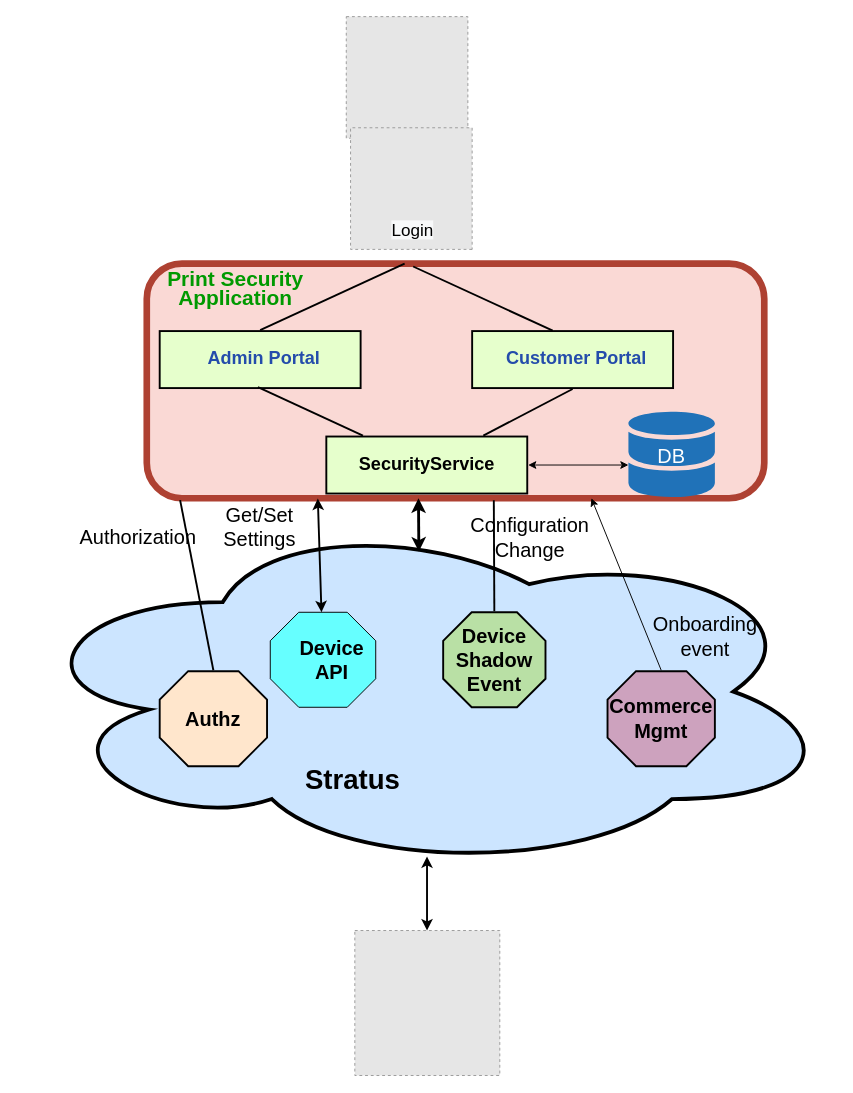
Before: diagrams/Untitled Diagram.drawio in Vignesh40/Vignesh40, a draw.io diagram. Source tidied: cells renumbered, new cells numbered last; positions are measured from the earlier drawing's top-left corner, leaving out a move shared by most shapes. Both pictures are drawn from the tidied source at 95%, with x=0, y=0 at pixel (18, 16). Pictures stored in the file or linked from it are replaced by grey dashed boxes.
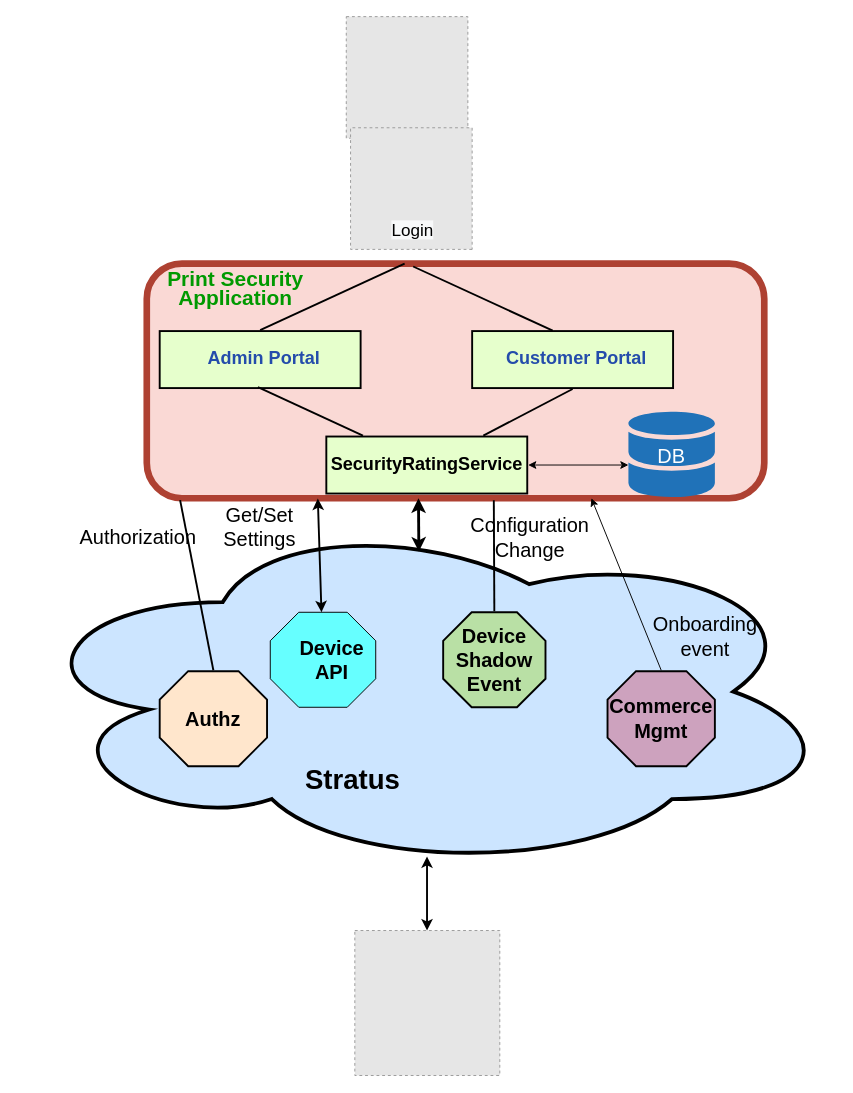
The same page after the edit.

Change to the diagram source:
```diff
@@
-    <mxCell id="12" value="&lt;p style=&quot;line-height: 140%;&quot;&gt;&lt;font style=&quot;font-size: 19px;&quot;&gt;&lt;b style=&quot;&quot;&gt;SecurityService&lt;/b&gt;&lt;/font&gt;&lt;/p&gt;" style="rounded=0;whiteSpace=wrap;html=1;sketch=0;strokeColor=#000000;fontSize=18;fillColor=#E6FFCC;strokeWidth=2;perimeterSpacing=1;" parent="1" vertex="1">
+    <mxCell id="12" value="&lt;p style=&quot;line-height: 140%;&quot;&gt;&lt;font style=&quot;font-size: 19px;&quot;&gt;&lt;b style=&quot;&quot;&gt;SecurityRatingService&lt;/b&gt;&lt;/font&gt;&lt;/p&gt;" style="rounded=0;whiteSpace=wrap;html=1;sketch=0;strokeColor=#000000;fontSize=18;fillColor=#E6FFCC;strokeWidth=2;perimeterSpacing=1;" parent="1" vertex="1">
       <mxGeometry x="324" y="442" width="211.5" height="60" as="geometry" />
     </mxCell>
```
